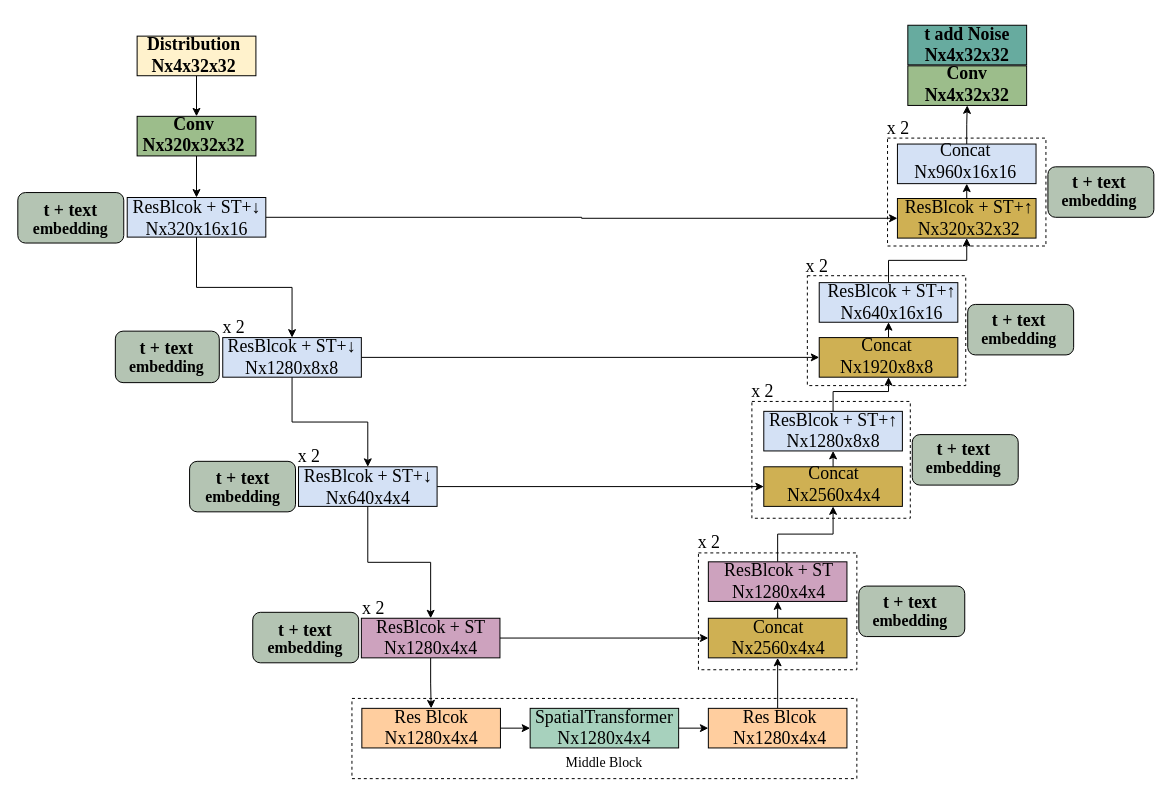
Before: docImage/Unet.drawio in Cg-Hu/DiffusionModelSet, a draw.io diagram. Source tidied: cells renumbered, new cells numbered last; positions are measured from the earlier drawing's top-left corner, leaving out a move shared by most shapes. Both pictures are drawn from the tidied source at 99%, with x=0, y=0 at pixel (17, 17).
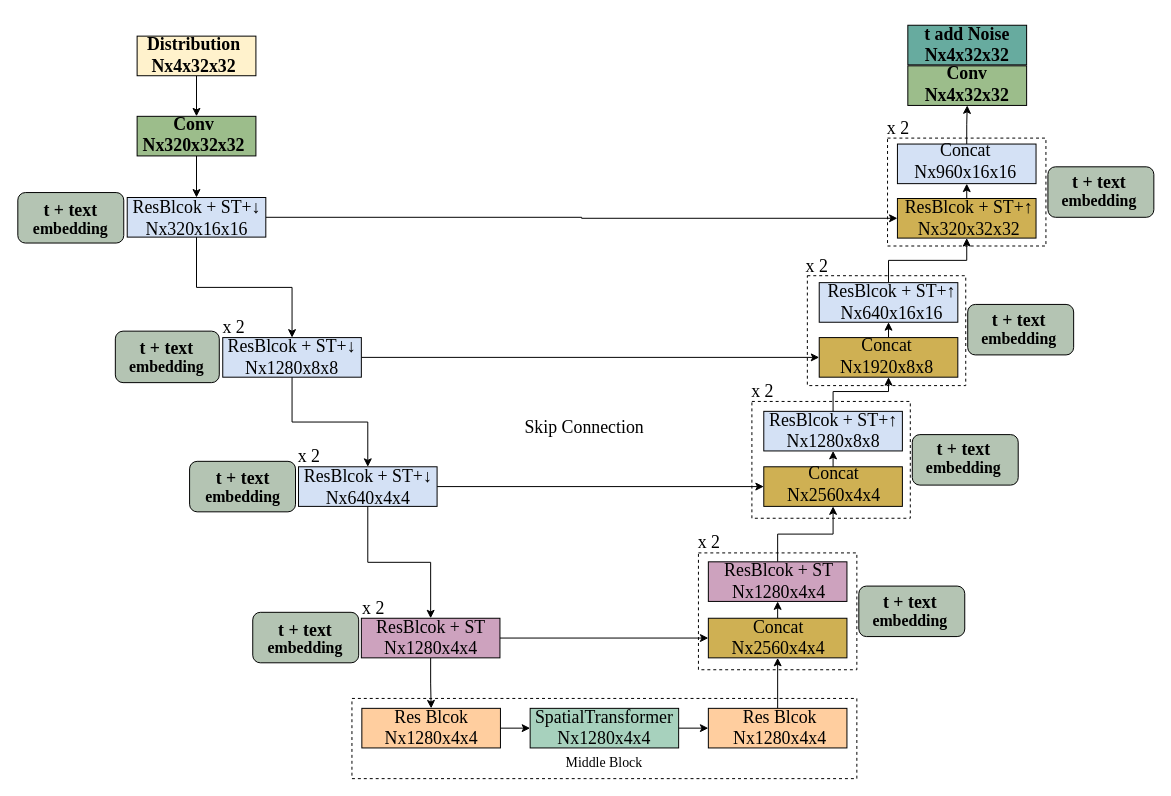
Above is the later version.

What changed in the source:
```diff
@@
+    <mxCell id="90" value="&lt;font face=&quot;Times New Roman&quot; style=&quot;font-size: 18px;&quot;&gt;Skip Connection&lt;/font&gt;" style="text;html=1;align=center;verticalAlign=middle;whiteSpace=wrap;rounded=0;" parent="1" vertex="1">
+      <mxGeometry x="483" y="399" width="180" height="30" as="geometry" />
+    </mxCell>
```
